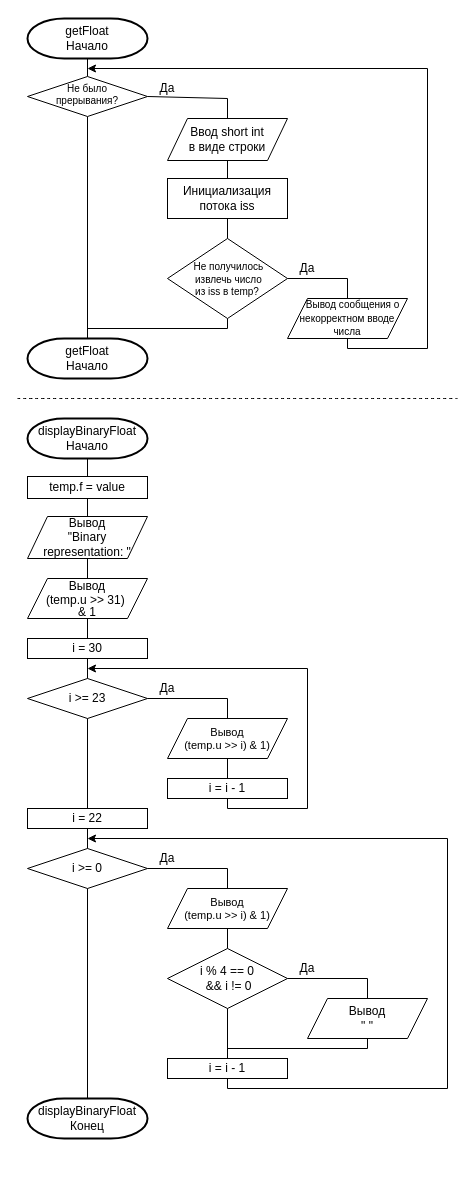
This is page "get+displayFloat" (4 of 4) of images/OrgOfC&S_Scheme.drawio from TrueTalentless/OrgOfCAndSSem3, a draw.io file, before an edit. Source tidied: cells renumbered, new cells numbered last; positions are measured from the earlier drawing's top-left corner, leaving out a move shared by most shapes. Both pictures are drawn from the tidied source at 100%, with x=0, y=0 at pixel (17, 18).
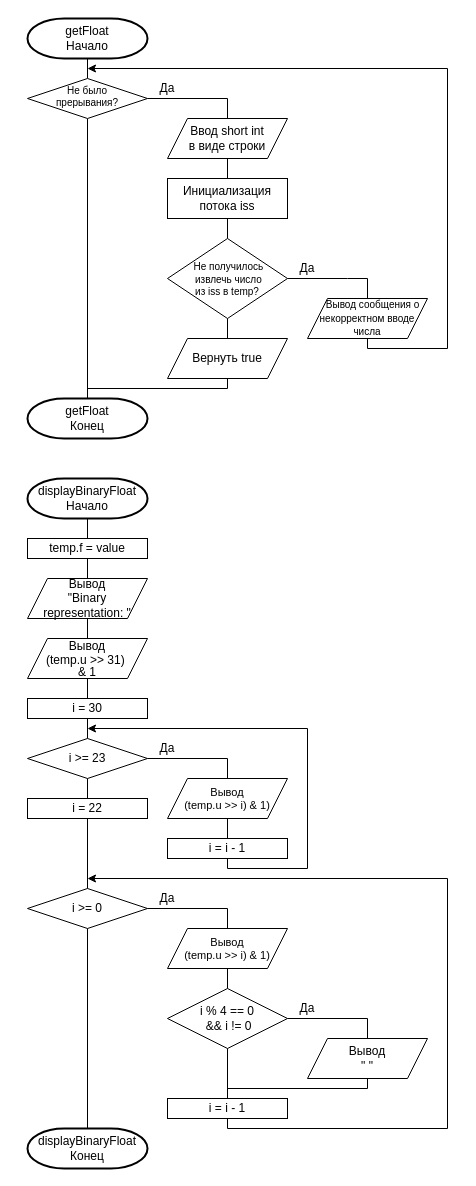
After the change.

The change refers to these unchanged cells:
```xml
<mxCell id="44" value="&lt;font style=&quot;font-size: 10px;&quot;&gt;&amp;nbsp; Не получилось&amp;nbsp;&lt;/font&gt;&lt;div style=&quot;font-size: 10px;&quot;&gt;&lt;font style=&quot;font-size: 10px;&quot;&gt;&amp;nbsp; извлечь число&amp;nbsp;&lt;/font&gt;&lt;/div&gt;&lt;div style=&quot;font-size: 10px;&quot;&gt;&lt;font style=&quot;font-size: 10px;&quot;&gt;из iss в temp?&lt;/font&gt;&lt;/div&gt;" style="rhombus;whiteSpace=wrap;html=1;" parent="1" vertex="1">
  <mxGeometry x="150" y="220" width="120" height="80" as="geometry" />
</mxCell>
```

Diff of the diagram source:
```diff
@@
     <mxCell id="3" value="temp.f = value" style="rounded=0;whiteSpace=wrap;html=1;" parent="1" vertex="1">
-      <mxGeometry x="10" y="458" width="120" height="22" as="geometry" />
+      <mxGeometry x="10" y="520" width="120" height="20" as="geometry" />
     </mxCell>
     <mxCell id="4" value="Вывод&lt;div&gt;&quot;Binary representation: &quot;&lt;br&gt;&lt;/div&gt;" style="shape=parallelogram;perimeter=parallelogramPerimeter;whiteSpace=wrap;html=1;fixedSize=1;" parent="1" vertex="1">
-      <mxGeometry x="10" y="498" width="120" height="42" as="geometry" />
+      <mxGeometry x="10" y="560" width="120" height="40" as="geometry" />
     </mxCell>
@@
     <mxCell id="6" value="Вывод&lt;div style=&quot;line-height: 100%;&quot;&gt;(temp.u &amp;gt;&amp;gt; 31)&amp;nbsp;&lt;/div&gt;&lt;div style=&quot;line-height: 100%;&quot;&gt;&amp;amp; 1&lt;br&gt;&lt;/div&gt;" style="shape=parallelogram;perimeter=parallelogramPerimeter;whiteSpace=wrap;html=1;fixedSize=1;" parent="1" vertex="1">
-      <mxGeometry x="10" y="560" width="120" height="40" as="geometry" />
+      <mxGeometry x="10" y="620" width="120" height="40" as="geometry" />
     </mxCell>
@@
     <mxCell id="9" value="i = 30" style="rounded=0;whiteSpace=wrap;html=1;" parent="1" vertex="1">
-      <mxGeometry x="10" y="620" width="120" height="20" as="geometry" />
+      <mxGeometry x="10" y="680" width="120" height="20" as="geometry" />
     </mxCell>
     <mxCell id="10" value="i &amp;gt;= 23" style="rhombus;whiteSpace=wrap;html=1;" parent="1" vertex="1">
-      <mxGeometry x="10" y="660" width="120" height="40" as="geometry" />
+      <mxGeometry x="10" y="720" width="120" height="40" as="geometry" />
     </mxCell>
@@
     <mxCell id="12" style="endArrow=none;html=1;rounded=0;exitX=1;exitY=0.5;exitDx=0;exitDy=0;entryX=0.5;entryY=0;entryDx=0;entryDy=0;" parent="1" edge="1" source="10" target="13">
       <mxGeometry relative="1" as="geometry">
         <Array as="points">
-          <mxPoint x="210" y="680" />
+          <mxPoint x="210" y="740" />
         </Array>
       </mxGeometry>
     </mxCell>
     <mxCell id="13" value="&lt;font style=&quot;font-size: 11px;&quot;&gt;Вывод&lt;/font&gt;&lt;div style=&quot;font-size: 11px;&quot;&gt;&lt;font style=&quot;font-size: 11px;&quot;&gt;(temp.u &amp;gt;&amp;gt; i) &amp;amp; 1)&lt;/font&gt;&lt;br&gt;&lt;/div&gt;" style="shape=parallelogram;perimeter=parallelogramPerimeter;whiteSpace=wrap;html=1;fixedSize=1;" parent="1" vertex="1">
-      <mxGeometry x="150" y="700" width="120" height="40" as="geometry" />
+      <mxGeometry x="150" y="760" width="120" height="40" as="geometry" />
     </mxCell>
     <mxCell id="14" value="i = i - 1" style="rounded=0;whiteSpace=wrap;html=1;" parent="1" vertex="1">
-      <mxGeometry x="150" y="760" width="120" height="20" as="geometry" />
+      <mxGeometry x="150" y="820" width="120" height="20" as="geometry" />
     </mxCell>
@@
     <mxCell id="16" style="endArrow=classic;html=1;rounded=0;exitX=0.5;exitY=1;exitDx=0;exitDy=0;endFill=1;" parent="1" edge="1" source="14">
       <mxGeometry relative="1" as="geometry">
-        <mxPoint x="70" y="650" as="targetPoint" />
+        <mxPoint x="70" y="710" as="targetPoint" />
         <Array as="points">
-          <mxPoint x="210" y="790" />
-          <mxPoint x="290" y="790" />
-          <mxPoint x="290" y="650" />
+          <mxPoint x="210" y="850" />
+          <mxPoint x="290" y="850" />
+          <mxPoint x="290" y="710" />
         </Array>
       </mxGeometry>
     </mxCell>
@@
     <mxCell id="18" value="i = 22" style="rounded=0;whiteSpace=wrap;html=1;" parent="1" vertex="1">
-      <mxGeometry x="10" y="790" width="120" height="20" as="geometry" />
+      <mxGeometry x="10" y="780" width="120" height="20" as="geometry" />
     </mxCell>
     <mxCell id="19" value="i &amp;gt;= 0" style="rhombus;whiteSpace=wrap;html=1;" parent="1" vertex="1">
-      <mxGeometry x="10" y="830" width="120" height="40" as="geometry" />
+      <mxGeometry x="10" y="870" width="120" height="40" as="geometry" />
     </mxCell>
@@
     <mxCell id="21" style="endArrow=none;html=1;rounded=0;exitX=1;exitY=0.5;exitDx=0;exitDy=0;entryX=0.5;entryY=0;entryDx=0;entryDy=0;" parent="1" edge="1" source="19" target="22">
       <mxGeometry relative="1" as="geometry">
         <Array as="points">
-          <mxPoint x="210" y="850" />
+          <mxPoint x="210" y="890" />
         </Array>
       </mxGeometry>
     </mxCell>
     <mxCell id="22" value="&lt;font style=&quot;font-size: 11px;&quot;&gt;Вывод&lt;/font&gt;&lt;div style=&quot;font-size: 11px;&quot;&gt;&lt;font style=&quot;font-size: 11px;&quot;&gt;(temp.u &amp;gt;&amp;gt; i) &amp;amp; 1)&lt;/font&gt;&lt;br&gt;&lt;/div&gt;" style="shape=parallelogram;perimeter=parallelogramPerimeter;whiteSpace=wrap;html=1;fixedSize=1;" parent="1" vertex="1">
-      <mxGeometry x="150" y="870" width="120" height="40" as="geometry" />
+      <mxGeometry x="150" y="910" width="120" height="40" as="geometry" />
     </mxCell>
     <mxCell id="23" value="i % 4 == 0&lt;div style=&quot;line-height: 120%;&quot;&gt;&amp;nbsp;&amp;amp;&amp;amp; i != 0&lt;/div&gt;" style="rhombus;whiteSpace=wrap;html=1;" parent="1" vertex="1">
-      <mxGeometry x="150" y="930" width="120" height="60" as="geometry" />
+      <mxGeometry x="150" y="970" width="120" height="60" as="geometry" />
     </mxCell>
     <mxCell id="24" value="&lt;div&gt;Вывод&lt;/div&gt;&lt;div&gt;&quot; &quot;&lt;br&gt;&lt;/div&gt;" style="shape=parallelogram;perimeter=parallelogramPerimeter;whiteSpace=wrap;html=1;fixedSize=1;" parent="1" vertex="1">
-      <mxGeometry x="290" y="980" width="120" height="40" as="geometry" />
+      <mxGeometry x="290" y="1020" width="120" height="40" as="geometry" />
     </mxCell>
     <mxCell id="25" style="endArrow=none;html=1;rounded=0;exitX=0.5;exitY=1;exitDx=0;exitDy=0;" parent="1" edge="1" source="24">
       <mxGeometry relative="1" as="geometry">
-        <mxPoint x="210" y="1030" as="targetPoint" />
+        <mxPoint x="210" y="1070" as="targetPoint" />
         <Array as="points">
-          <mxPoint x="350" y="1030" />
+          <mxPoint x="350" y="1070" />
         </Array>
       </mxGeometry>
     </mxCell>
@@
     <mxCell id="28" value="i = i - 1" style="rounded=0;whiteSpace=wrap;html=1;" parent="1" vertex="1">
-      <mxGeometry x="150" y="1040" width="120" height="20" as="geometry" />
+      <mxGeometry x="150" y="1080" width="120" height="20" as="geometry" />
     </mxCell>
@@
     <mxCell id="33" value="displayBinaryFloat&lt;div&gt;Начало&lt;/div&gt;" style="strokeWidth=2;html=1;shape=mxgraph.flowchart.terminator;whiteSpace=wrap;" parent="1" vertex="1">
-      <mxGeometry x="10" y="400" width="120" height="40" as="geometry" />
+      <mxGeometry x="10" y="460" width="120" height="40" as="geometry" />
     </mxCell>
     <mxCell id="34" value="Да" style="text;html=1;align=center;verticalAlign=middle;whiteSpace=wrap;rounded=0;" parent="1" vertex="1">
-      <mxGeometry x="130" y="660" width="40" height="20" as="geometry" />
+      <mxGeometry x="130" y="720" width="40" height="20" as="geometry" />
     </mxCell>
     <mxCell id="35" value="Да" style="text;html=1;align=center;verticalAlign=middle;whiteSpace=wrap;rounded=0;" parent="1" vertex="1">
-      <mxGeometry x="130" y="830" width="40" height="20" as="geometry" />
+      <mxGeometry x="130" y="870" width="40" height="20" as="geometry" />
     </mxCell>
     <mxCell id="36" value="Да" style="text;html=1;align=center;verticalAlign=middle;whiteSpace=wrap;rounded=0;" parent="1" vertex="1">
-      <mxGeometry x="270" y="940" width="40" height="20" as="geometry" />
+      <mxGeometry x="270" y="980" width="40" height="20" as="geometry" />
     </mxCell>
     <mxCell id="37" style="endArrow=none;html=1;rounded=0;entryX=1;entryY=0.5;entryDx=0;entryDy=0;exitX=0.5;exitY=0;exitDx=0;exitDy=0;" parent="1" edge="1" source="24" target="23">
       <mxGeometry relative="1" as="geometry">
         <Array as="points">
-          <mxPoint x="350" y="960" />
+          <mxPoint x="350" y="1000" />
         </Array>
       </mxGeometry>
     </mxCell>
     <mxCell id="38" value="displayBinaryFloat&lt;div&gt;Конец&lt;/div&gt;" style="strokeWidth=2;html=1;shape=mxgraph.flowchart.terminator;whiteSpace=wrap;" parent="1" vertex="1">
-      <mxGeometry x="10" y="1080" width="120" height="40" as="geometry" />
+      <mxGeometry x="10" y="1110" width="120" height="40" as="geometry" />
     </mxCell>
     <mxCell id="39" style="endArrow=classic;html=1;rounded=0;exitX=0.5;exitY=1;exitDx=0;exitDy=0;" parent="1" edge="1" source="28">
       <mxGeometry relative="1" as="geometry">
-        <mxPoint x="70" y="820" as="targetPoint" />
+        <mxPoint x="70" y="860" as="targetPoint" />
         <Array as="points">
-          <mxPoint x="210" y="1070" />
-          <mxPoint x="430" y="1070" />
-          <mxPoint x="430" y="820" />
+          <mxPoint x="210" y="1110" />
+          <mxPoint x="430" y="1110" />
+          <mxPoint x="430" y="860" />
         </Array>
       </mxGeometry>
     </mxCell>
@@
     <mxCell id="42" value="&lt;div&gt;Ввод short int&lt;/div&gt;&lt;div&gt;в виде строки&lt;/div&gt;" style="shape=parallelogram;perimeter=parallelogramPerimeter;whiteSpace=wrap;html=1;fixedSize=1;" parent="1" vertex="1">
-      <mxGeometry x="150" y="100" width="120" height="42" as="geometry" />
+      <mxGeometry x="150" y="100" width="120" height="40" as="geometry" />
     </mxCell>
@@
     <mxCell id="47" value="&lt;p style=&quot;line-height: 112%;&quot;&gt;&lt;font style=&quot;font-size: 10px;&quot;&gt;&amp;nbsp; &amp;nbsp; Вывод сообщения о некорректном вводе числа&lt;/font&gt;&lt;/p&gt;" style="shape=parallelogram;perimeter=parallelogramPerimeter;whiteSpace=wrap;html=1;fixedSize=1;" parent="1" vertex="1">
-      <mxGeometry x="270" y="280" width="120" height="40" as="geometry" />
+      <mxGeometry x="290" y="280" width="120" height="40" as="geometry" />
     </mxCell>
     <mxCell id="48" style="endArrow=none;html=1;rounded=0;exitX=1;exitY=0.5;exitDx=0;exitDy=0;entryX=0.5;entryY=0;entryDx=0;entryDy=0;" parent="1" edge="1" source="44" target="47">
       <mxGeometry relative="1" as="geometry">
         <Array as="points">
           <mxPoint x="330" y="260" />
+          <mxPoint x="350" y="260" />
         </Array>
       </mxGeometry>
     </mxCell>
     <mxCell id="49" style="endArrow=classic;html=1;rounded=0;exitX=0.5;exitY=1;exitDx=0;exitDy=0;" parent="1" edge="1" source="47">
       <mxGeometry relative="1" as="geometry">
         <mxPoint x="70" y="50" as="targetPoint" />
         <Array as="points">
-          <mxPoint x="330" y="330" />
-          <mxPoint x="410" y="330" />
-          <mxPoint x="410" y="50" />
+          <mxPoint x="350" y="330" />
+          <mxPoint x="430" y="330" />
+          <mxPoint x="430" y="50" />
         </Array>
       </mxGeometry>
     </mxCell>
-    <mxCell id="50" style="endArrow=none;html=1;rounded=0;entryX=0.5;entryY=1;entryDx=0;entryDy=0;" parent="1" edge="1" target="44">
-      <mxGeometry relative="1" as="geometry">
-        <mxPoint x="70" y="310" as="sourcePoint" />
-        <Array as="points">
-          <mxPoint x="210" y="310" />
-        </Array>
-      </mxGeometry>
-    </mxCell>
-    <mxCell id="51" value="getFloat&lt;div&gt;Начало&lt;/div&gt;" style="strokeWidth=2;html=1;shape=mxgraph.flowchart.terminator;whiteSpace=wrap;" parent="1" vertex="1">
-      <mxGeometry x="10" y="320" width="120" height="40" as="geometry" />
+    <mxCell id="51" value="getFloat&lt;div&gt;Конец&lt;/div&gt;" style="strokeWidth=2;html=1;shape=mxgraph.flowchart.terminator;whiteSpace=wrap;" parent="1" vertex="1">
+      <mxGeometry x="10" y="380" width="120" height="40" as="geometry" />
     </mxCell>
@@
     <mxCell id="53" value="Не было прерывания?" style="rhombus;whiteSpace=wrap;html=1;fontSize=10;spacingLeft=8;spacingRight=8;spacingBottom=4;" parent="1" vertex="1">
-      <mxGeometry x="10" y="58" width="120" height="40" as="geometry" />
+      <mxGeometry x="10" y="60" width="120" height="40" as="geometry" />
     </mxCell>
-    <mxCell id="54" style="endArrow=none;dashed=1;html=1;rounded=0;fontSize=12;startSize=8;endSize=8;curved=1;" parent="1" edge="1">
-      <mxGeometry relative="1" as="geometry">
-        <mxPoint y="380" as="sourcePoint" />
-        <mxPoint x="440" y="380" as="targetPoint" />
-      </mxGeometry>
-    </mxCell>
+    <mxCell id="55" value="Вернуть true" style="shape=parallelogram;perimeter=parallelogramPerimeter;whiteSpace=wrap;html=1;fixedSize=1;" parent="1" vertex="1">
+      <mxGeometry x="150" y="320" width="120" height="40" as="geometry" />
+    </mxCell>
+    <mxCell id="56" style="endArrow=none;html=1;rounded=0;fontSize=12;startSize=8;endSize=8;curved=0;entryX=0.5;entryY=1;entryDx=0;entryDy=0;exitX=0.5;exitY=0;exitDx=0;exitDy=0;" parent="1" edge="1" source="55" target="44">
+      <mxGeometry relative="1" as="geometry" />
+    </mxCell>
+    <mxCell id="57" style="endArrow=none;html=1;rounded=0;fontSize=12;startSize=8;endSize=8;curved=0;entryX=0.5;entryY=1;entryDx=0;entryDy=0;" parent="1" edge="1" target="55">
+      <mxGeometry relative="1" as="geometry">
+        <mxPoint x="70" y="370" as="sourcePoint" />
+        <Array as="points">
+          <mxPoint x="210" y="370" />
+        </Array>
+      </mxGeometry>
+    </mxCell>
```
